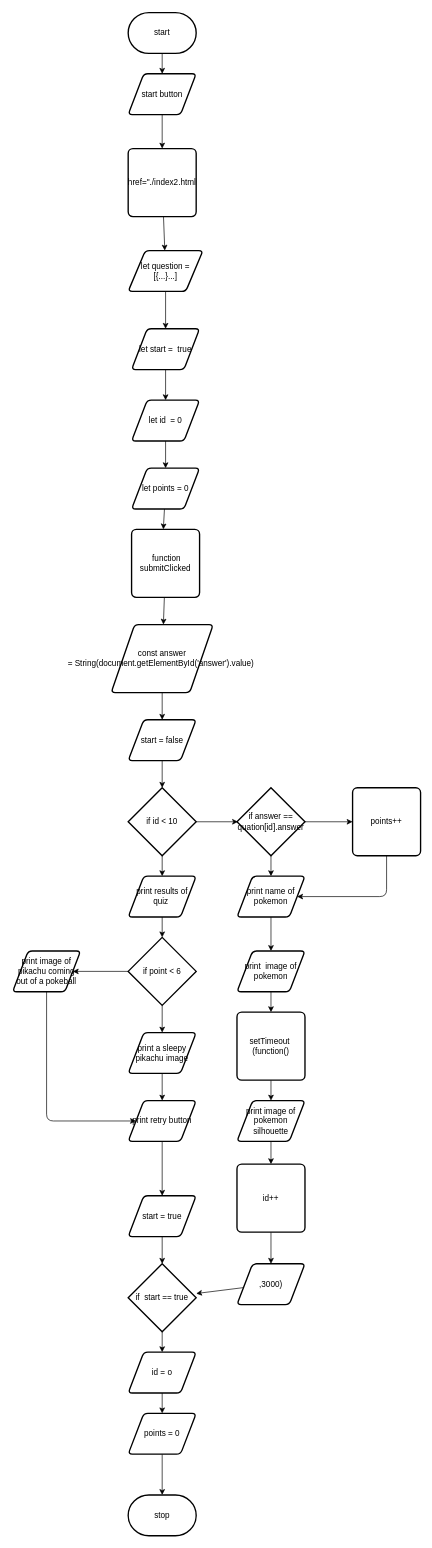
This is draw/flowchart.drawio from MTHS-ICS2O-2022/ICS2O-Final-Project-Sophie, a draw.io file, before an edit. Source tidied: cells renumbered, new cells numbered last; positions are measured from the earlier drawing's top-left corner, leaving out a move shared by most shapes. Both pictures are drawn from the tidied source at 68%, with x=0, y=0 at pixel (12, 12).
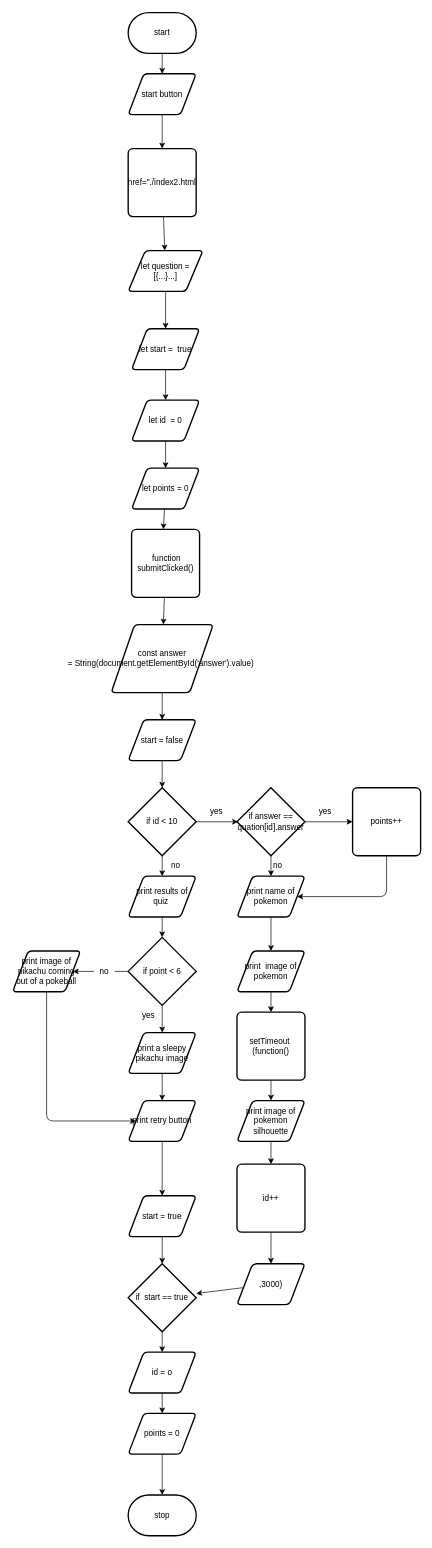
Above is the later version.

Unchanged cells that the change refers to:
```xml
<mxCell id="46" value="if point &amp;lt; 6" style="strokeWidth=2;html=1;shape=mxgraph.flowchart.decision;whiteSpace=wrap;" parent="1" vertex="1">
  <mxGeometry x="170" y="1360" width="100" height="100" as="geometry" />
</mxCell>
<mxCell id="50" value="print image of pikachu coming out of a pokeball" style="shape=parallelogram;html=1;strokeWidth=2;perimeter=parallelogramPerimeter;whiteSpace=wrap;rounded=1;arcSize=12;size=0.23;" parent="1" vertex="1">
  <mxGeometry y="1380" width="100" height="60" as="geometry" />
</mxCell>
```

What changed in the source:
```diff
@@
-    <mxCell id="19" value="&amp;nbsp;function submitClicked" style="rounded=1;whiteSpace=wrap;html=1;absoluteArcSize=1;arcSize=14;strokeWidth=2;" parent="1" vertex="1">
+    <mxCell id="19" value="&amp;nbsp;function submitClicked()" style="rounded=1;whiteSpace=wrap;html=1;absoluteArcSize=1;arcSize=14;strokeWidth=2;" parent="1" vertex="1">
       <mxGeometry x="175" y="760" width="100" height="100" as="geometry" />
     </mxCell>
@@
-    <mxCell id="45" style="edgeStyle=none;html=1;" parent="1" edge="1" source="46" target="50">
+    <mxCell id="45" style="edgeStyle=none;html=1;startArrow=none;" parent="1" edge="1" source="68" target="50">
       <mxGeometry relative="1" as="geometry" />
     </mxCell>
@@
+    <mxCell id="62" value="yes" style="text;html=1;strokeColor=none;fillColor=none;align=center;verticalAlign=middle;whiteSpace=wrap;rounded=0;" parent="1" vertex="1">
+      <mxGeometry x="270" y="1160" width="60" height="30" as="geometry" />
+    </mxCell>
+    <mxCell id="63" value="no" style="text;html=1;strokeColor=none;fillColor=none;align=center;verticalAlign=middle;whiteSpace=wrap;rounded=0;" parent="1" vertex="1">
+      <mxGeometry x="210" y="1240" width="60" height="30" as="geometry" />
+    </mxCell>
+    <mxCell id="64" value="yes" style="text;html=1;strokeColor=none;fillColor=none;align=center;verticalAlign=middle;whiteSpace=wrap;rounded=0;" parent="1" vertex="1">
+      <mxGeometry x="430" y="1160" width="60" height="30" as="geometry" />
+    </mxCell>
+    <mxCell id="65" value="no" style="text;html=1;strokeColor=none;fillColor=none;align=center;verticalAlign=middle;whiteSpace=wrap;rounded=0;" parent="1" vertex="1">
+      <mxGeometry x="360" y="1240" width="60" height="30" as="geometry" />
+    </mxCell>
+    <mxCell id="66" value="yes" style="text;html=1;strokeColor=none;fillColor=none;align=center;verticalAlign=middle;whiteSpace=wrap;rounded=0;" parent="1" vertex="1">
+      <mxGeometry x="170" y="1460" width="60" height="30" as="geometry" />
+    </mxCell>
+    <mxCell id="67" style="edgeStyle=none;html=1;endArrow=none;" parent="1" edge="1" source="46" target="68">
+      <mxGeometry relative="1" as="geometry" />
+    </mxCell>
+    <mxCell id="68" value="no" style="text;html=1;strokeColor=none;fillColor=none;align=center;verticalAlign=middle;whiteSpace=wrap;rounded=0;" parent="1" vertex="1">
+      <mxGeometry x="120" y="1397.5" width="30" height="25" as="geometry" />
+    </mxCell>
```
